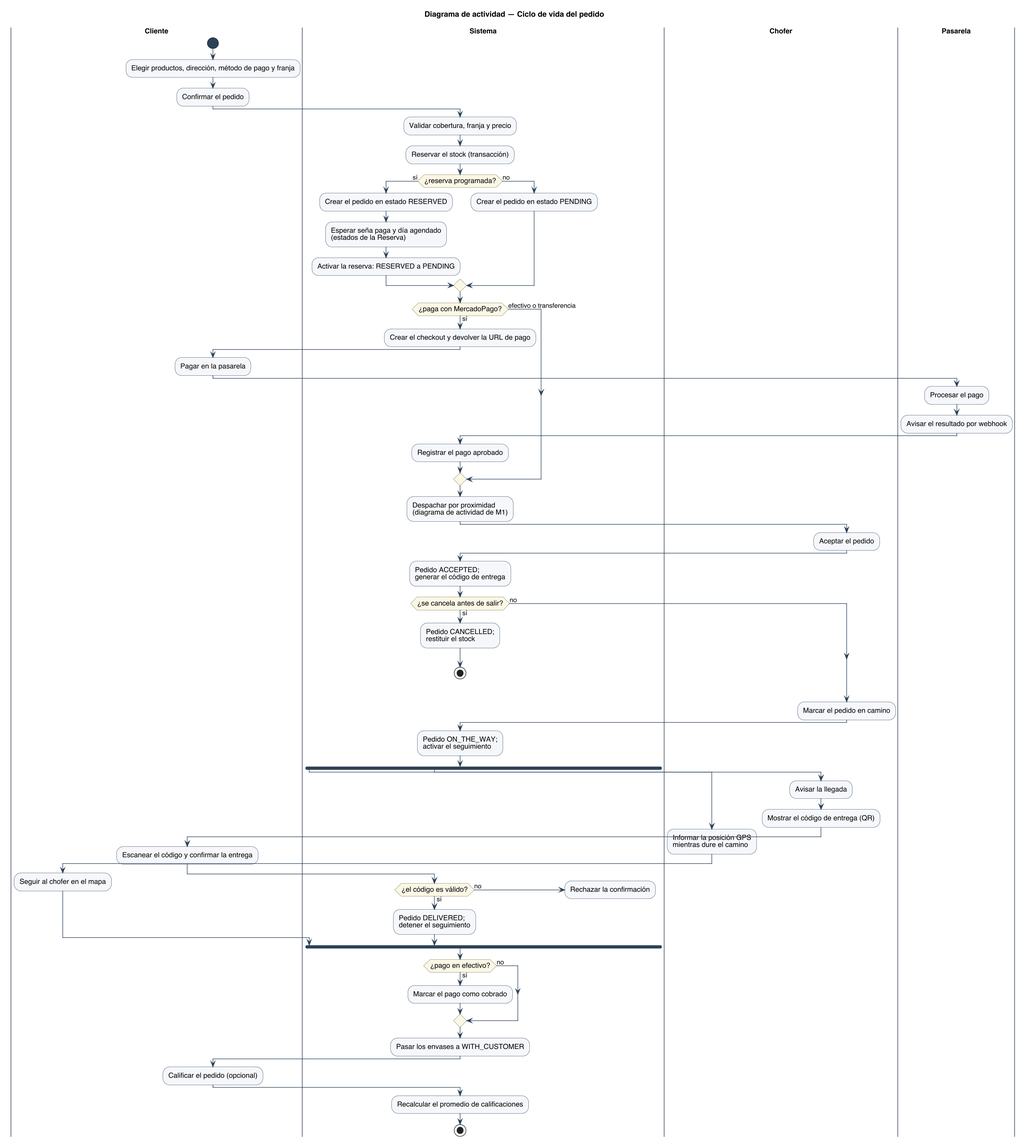
This is diagramas/uml/UML_Actividad_CicloPedido.png from Nahuelito-Dev/splg-docs, a PlantUML export, as it was before one commit. Source of this version:
```plantuml
@startuml
title Diagrama de actividad — Ciclo de vida del pedido
skinparam backgroundColor #FFFFFF
skinparam shadowing false
skinparam defaultFontName Helvetica
skinparam defaultFontSize 13
skinparam dpi 150
skinparam ArrowColor #2C4257
skinparam ArrowFontSize 12
skinparam activity {
  BackgroundColor #F4F7FA
  BorderColor #2C4257
  DiamondBackgroundColor #FBF7E6
  DiamondBorderColor #7A7340
  BarColor #2C4257
  StartColor #2C4257
  EndColor #2C4257
}
skinparam swimlane {
  BorderColor #6B7683
  TitleFontStyle bold
}
skinparam NoteBackgroundColor #FBF7E6
skinparam NoteBorderColor #7A7340
|Cliente|
|Sistema|
|Chofer|
|Pasarela|
|Cliente|
start
:Elegir productos, dirección, método de pago y franja;
:Confirmar el pedido;
|Sistema|
:Validar cobertura, franja y precio;
:Reservar el stock (transacción);
if (¿reserva programada?) then (sí)
  :Crear el pedido en estado RESERVED;
  :Esperar seña paga y día agendado\n(estados de la Reserva);
  :Activar la reserva: RESERVED a PENDING;
else (no)
  :Crear el pedido en estado PENDING;
endif
if (¿paga con MercadoPago?) then (sí)
  :Crear el checkout y devolver la URL de pago;
  |Cliente|
  :Pagar en la pasarela;
  |Pasarela|
  :Procesar el pago;
  :Avisar el resultado por webhook;
  |Sistema|
  :Registrar el pago aprobado;
else (efectivo o transferencia)
endif
:Despachar por proximidad\n(diagrama de actividad de M1);
|Chofer|
:Aceptar el pedido;
|Sistema|
:Pedido ACCEPTED;\ngenerar el código de entrega;
if (¿se cancela antes de salir?) then (sí)
  :Pedido CANCELLED;\nrestituir el stock;
  stop
else (no)
endif
|Chofer|
:Marcar el pedido en camino;
|Sistema|
:Pedido ON_THE_WAY;\nactivar el seguimiento;
fork
  |Chofer|
  :Informar la posición GPS\nmientras dure el camino;
  |Cliente|
  :Seguir al chofer en el mapa;
fork again
  |Chofer|
  :Avisar la llegada;
  :Mostrar el código de entrega (QR);
  |Cliente|
  :Escanear el código y confirmar la entrega;
  |Sistema|
  if (¿el código es válido?) then (sí)
    :Pedido DELIVERED;\ndetener el seguimiento;
  else (no)
    :Rechazar la confirmación;
    detach
  endif
end fork
|Sistema|
if (¿pago en efectivo?) then (sí)
  :Marcar el pago como cobrado;
else (no)
endif
:Pasar los envases a WITH_CUSTOMER;
|Cliente|
:Calificar el pedido (opcional);
|Sistema|
:Recalcular el promedio de calificaciones;
stop
@enduml
```
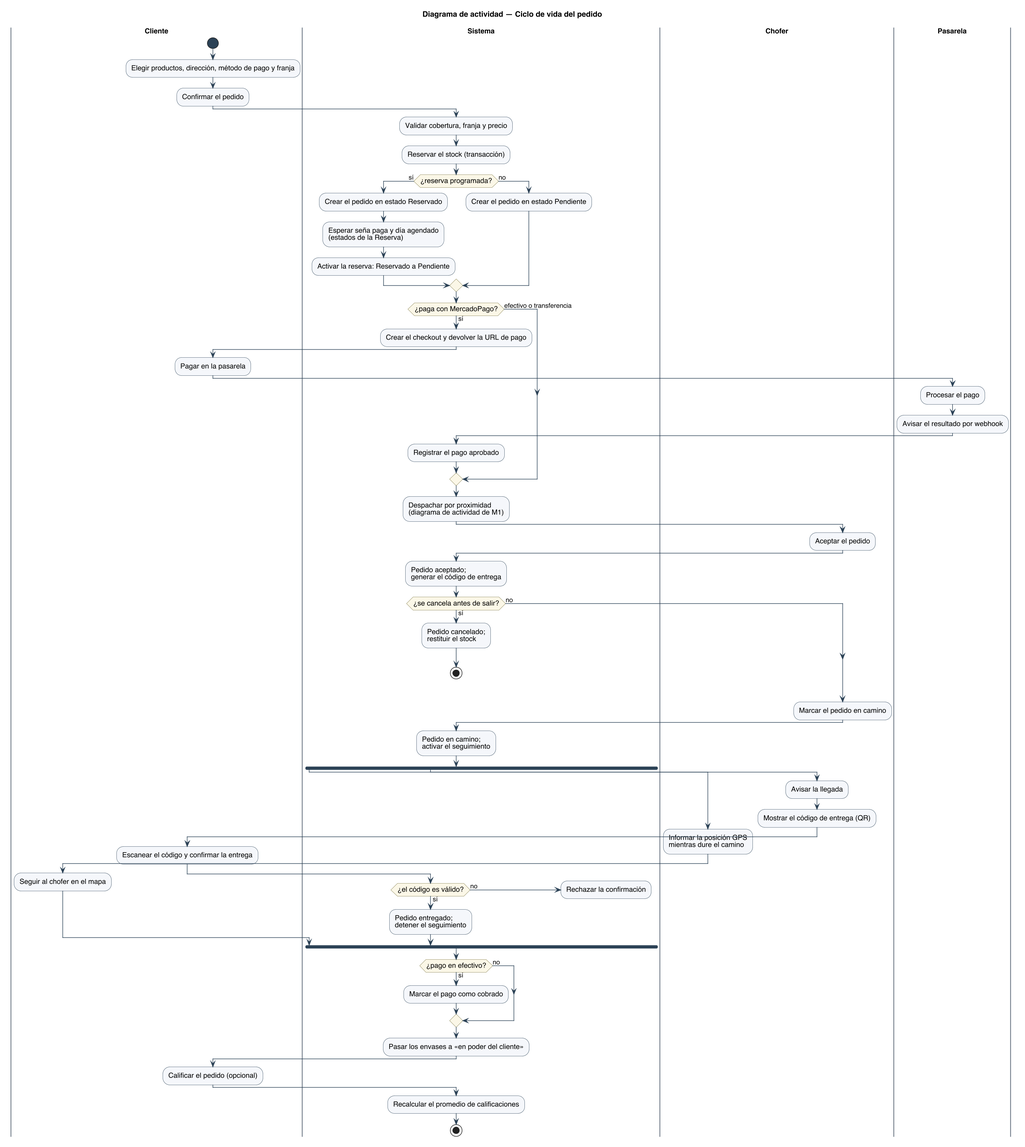
The same file after the commit.

The edit, as a diff of the source:
```diff
@@ -34,11 +34,11 @@
 :Validar cobertura, franja y precio;
 :Reservar el stock (transacción);
 if (¿reserva programada?) then (sí)
-  :Crear el pedido en estado RESERVED;
+  :Crear el pedido en estado Reservado;
   :Esperar seña paga y día agendado\n(estados de la Reserva);
-  :Activar la reserva: RESERVED a PENDING;
+  :Activar la reserva: Reservado a Pendiente;
 else (no)
-  :Crear el pedido en estado PENDING;
+  :Crear el pedido en estado Pendiente;
 endif
 if (¿paga con MercadoPago?) then (sí)
   :Crear el checkout y devolver la URL de pago;
@@ -55,16 +55,16 @@
 |Chofer|
 :Aceptar el pedido;
 |Sistema|
-:Pedido ACCEPTED;\ngenerar el código de entrega;
+:Pedido aceptado;\ngenerar el código de entrega;
 if (¿se cancela antes de salir?) then (sí)
-  :Pedido CANCELLED;\nrestituir el stock;
+  :Pedido cancelado;\nrestituir el stock;
   stop
 else (no)
 endif
 |Chofer|
 :Marcar el pedido en camino;
 |Sistema|
-:Pedido ON_THE_WAY;\nactivar el seguimiento;
+:Pedido en camino;\nactivar el seguimiento;
 fork
   |Chofer|
   :Informar la posición GPS\nmientras dure el camino;
@@ -78,7 +78,7 @@
   :Escanear el código y confirmar la entrega;
   |Sistema|
   if (¿el código es válido?) then (sí)
-    :Pedido DELIVERED;\ndetener el seguimiento;
+    :Pedido entregado;\ndetener el seguimiento;
   else (no)
     :Rechazar la confirmación;
     detach
@@ -89,7 +89,7 @@
   :Marcar el pago como cobrado;
 else (no)
 endif
-:Pasar los envases a WITH_CUSTOMER;
+:Pasar los envases a «en poder del cliente»;
 |Cliente|
 :Calificar el pedido (opcional);
 |Sistema|
```
